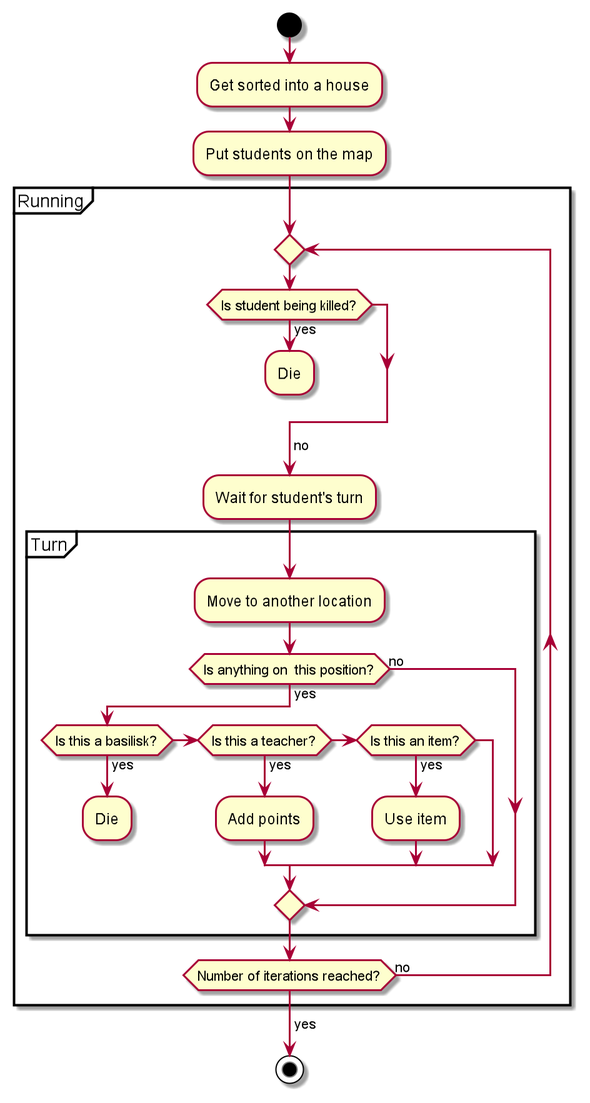
bauerkamil/hogwartSim keeps this PlantUML diagram as diagrams/activity-student.png. Above is the earlier version. The source it was exported from:
```plantuml
@startuml

start

:Get sorted into a house;
:Put students on the map;

partition Running {
    repeat
        if (Is student being killed?) then (yes)
            :Die;
            kill
        endif
        -> no;
        :Wait for student's turn;
        partition Turn {
            :Move to another location;
            if (Is anything on  this position?) then (yes)
                if (Is this a basilisk?) then (yes)
                    :Die;
                    kill
                elseif (Is this a teacher?) then (yes)
                    :Add points;
                elseif (Is this an item?) then (yes)
                    :Use item;
                endif
            else (no)
            endif
        }
    repeat while (Number of iterations reached?) is (no)
->yes;
}

stop

@enduml
```
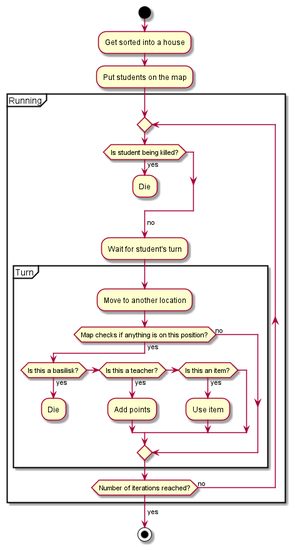
The same diagram one commit later.

Change to the diagram source:
```diff
@@ -15,7 +15,7 @@
         :Wait for student's turn;
         partition Turn {
             :Move to another location;
-            if (Is anything on  this position?) then (yes)
+            if (Map checks if anything is on this position?) then (yes)
                 if (Is this a basilisk?) then (yes)
                     :Die;
                     kill
```
